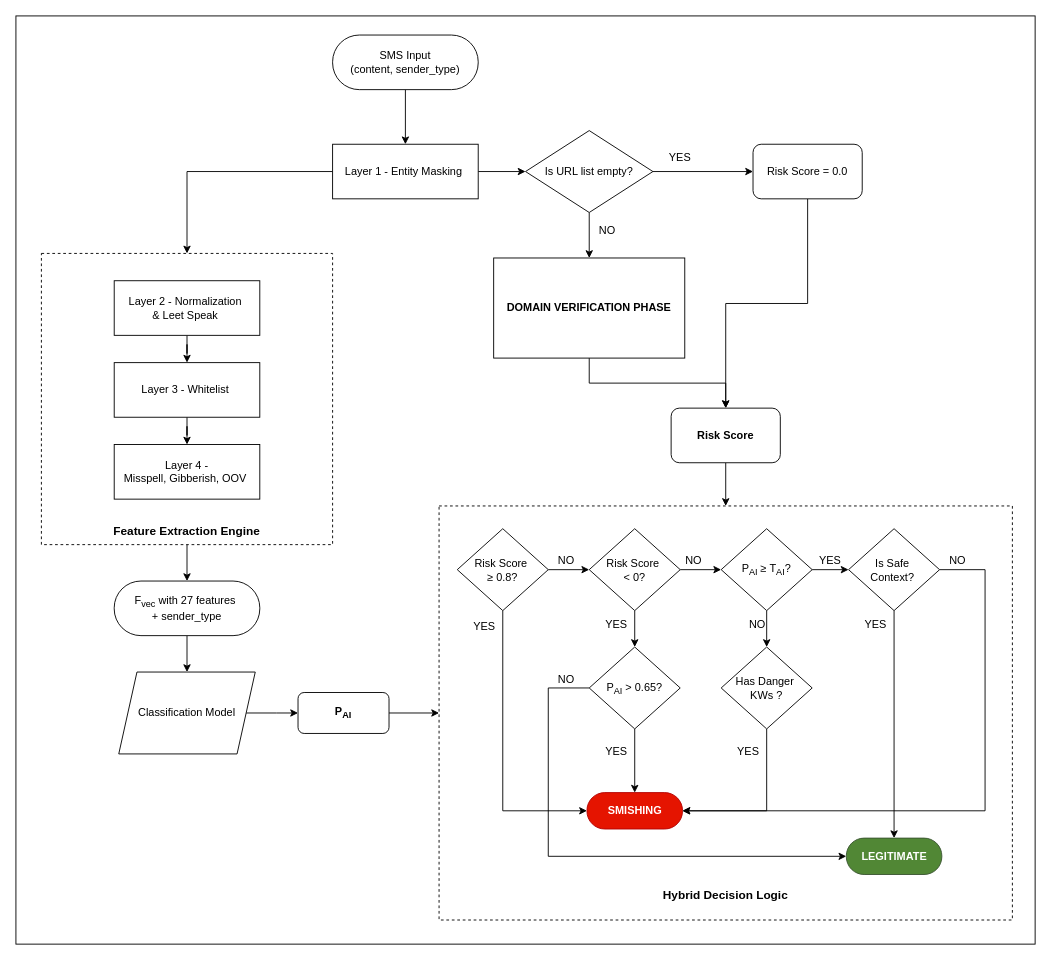
Before: page "Page-1" (1 of 2) of Smishing/documentation/MXH.drawio in duynguyenhoang22/IE403_DoAnCuoiKy, a draw.io diagram. Source tidied: cells renumbered, new cells numbered last; positions are measured from the earlier drawing's top-left corner, leaving out a move shared by most shapes. Both pictures are drawn from the tidied source at 91%, with x=0, y=0 at pixel (15, 15).
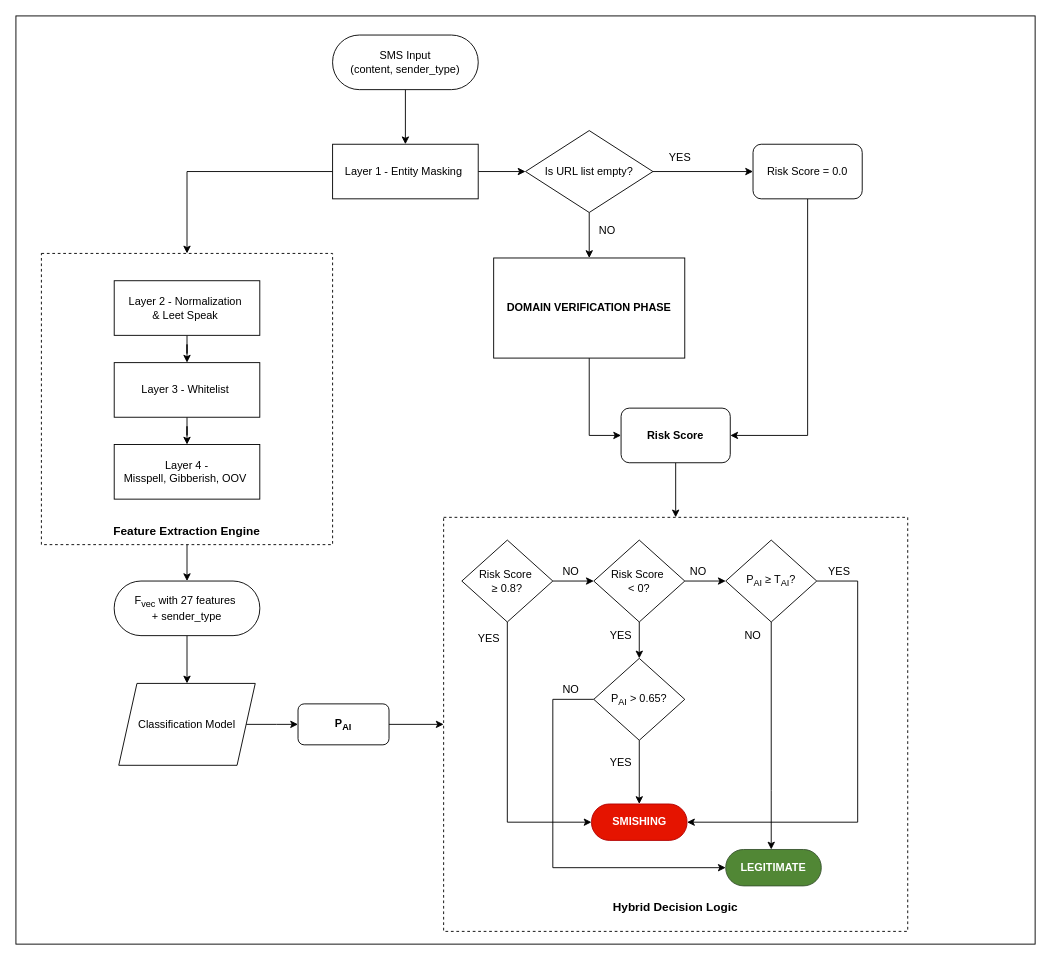
The same page after the edit.

Commit message (it also covers changes not shown here):
redraw pipeline

Unchanged cells that the change refers to:
```xml
<mxCell id="2" style="group;" parent="1" vertex="1">
  <mxGeometry y="1" width="1120" height="1020" as="geometry" />
</mxCell>
<mxCell id="27" value="&lt;b&gt;DOMAIN VERIFICATION PHASE&lt;/b&gt;" style="rounded=0;whiteSpace=wrap;html=1;" parent="2" vertex="1">
  <mxGeometry x="525" y="265" width="210" height="110" as="geometry" />
</mxCell>
<mxCell id="29" value="Risk Score = 0.0" style="rounded=1;whiteSpace=wrap;html=1;" parent="2" vertex="1">
  <mxGeometry x="810" y="140" width="120" height="60" as="geometry" />
</mxCell>
<mxCell id="48" value="P&lt;sub&gt;AI&lt;/sub&gt;&amp;nbsp;≥ T&lt;sub&gt;AI&lt;/sub&gt;?" style="rhombus;whiteSpace=wrap;html=1;" parent="34" vertex="1">
  <mxGeometry x="310" y="25" width="100" height="90" as="geometry" />
</mxCell>
<mxCell id="51" value="&lt;b&gt;SMISHING&lt;/b&gt;" style="rounded=1;whiteSpace=wrap;html=1;arcSize=49;fillColor=#e51400;fontColor=#ffffff;strokeColor=#B20000;" parent="34" vertex="1">
  <mxGeometry x="162.5" y="315" width="105" height="40" as="geometry" />
</mxCell>
```

Diff of the diagram source:
```diff
@@
     <mxCell id="19" style="edgeStyle=orthogonalEdgeStyle;rounded=0;jettySize=auto;html=1;entryX=0;entryY=0.5;entryDx=0;entryDy=0;" parent="2" edge="1" source="20">
       <mxGeometry relative="1" as="geometry">
-        <mxPoint x="310" y="765" as="targetPoint" />
+        <mxPoint x="310" y="777.5" as="targetPoint" />
       </mxGeometry>
     </mxCell>
     <mxCell id="20" value="Classification Model" style="shape=parallelogram;perimeter=parallelogramPerimeter;whiteSpace=wrap;html=1;fixedSize=1;" parent="2" vertex="1">
-      <mxGeometry x="113" y="720" width="150" height="90" as="geometry" />
+      <mxGeometry x="113" y="732.5" width="150" height="90" as="geometry" />
     </mxCell>
@@
     <mxCell id="26" style="edgeStyle=orthogonalEdgeStyle;rounded=0;jettySize=auto;html=1;" parent="2" edge="1" source="27" target="31">
-      <mxGeometry relative="1" as="geometry" />
+      <mxGeometry relative="1" as="geometry">
+        <Array as="points">
+          <mxPoint x="630" y="460" />
+        </Array>
+      </mxGeometry>
     </mxCell>
@@
-    <mxCell id="28" style="edgeStyle=orthogonalEdgeStyle;rounded=0;jettySize=auto;html=1;entryX=0.5;entryY=0;entryDx=0;entryDy=0;" parent="2" edge="1" source="29" target="31">
-      <mxGeometry relative="1" as="geometry" />
+    <mxCell id="28" style="edgeStyle=orthogonalEdgeStyle;rounded=0;jettySize=auto;html=1;entryX=1;entryY=0.5;entryDx=0;entryDy=0;" parent="2" edge="1" source="29" target="31">
+      <mxGeometry relative="1" as="geometry">
+        <Array as="points">
+          <mxPoint x="870" y="460" />
+        </Array>
+      </mxGeometry>
     </mxCell>
@@
     <mxCell id="31" value="&lt;b&gt;Risk Score&lt;/b&gt;" style="rounded=1;whiteSpace=wrap;html=1;" parent="2" vertex="1">
-      <mxGeometry x="720" y="430" width="120" height="60" as="geometry" />
+      <mxGeometry x="665" y="430" width="120" height="60" as="geometry" />
     </mxCell>
@@
     <mxCell id="33" value="&lt;b&gt;P&lt;sub&gt;AI&lt;/sub&gt;&lt;/b&gt;" style="rounded=1;whiteSpace=wrap;html=1;" parent="2" vertex="1">
-      <mxGeometry x="310" y="742.5" width="100" height="45" as="geometry" />
+      <mxGeometry x="310" y="755" width="100" height="45" as="geometry" />
     </mxCell>
     <mxCell id="34" style="group;" parent="2" vertex="1">
-      <mxGeometry x="465" y="537.5" width="630" height="455" as="geometry" />
+      <mxGeometry x="470" y="550" width="630" height="455" as="geometry" />
     </mxCell>
     <mxCell id="35" style="rounded=0;whiteSpace=wrap;html=1;dashed=1;" parent="34" vertex="1">
-      <mxGeometry width="630" height="455" as="geometry" />
+      <mxGeometry width="510" height="455" as="geometry" />
     </mxCell>
@@
-    <mxCell id="46" style="edgeStyle=orthogonalEdgeStyle;rounded=0;jettySize=auto;html=1;entryX=0;entryY=0.5;entryDx=0;entryDy=0;" parent="34" edge="1" source="48" target="56">
-      <mxGeometry relative="1" as="geometry" />
-    </mxCell>
-    <mxCell id="47" style="edgeStyle=orthogonalEdgeStyle;rounded=0;jettySize=auto;html=1;" parent="34" edge="1" source="48" target="58">
-      <mxGeometry relative="1" as="geometry" />
-    </mxCell>
+    <mxCell id="67" style="edgeStyle=orthogonalEdgeStyle;rounded=0;jettySize=auto;html=1;" parent="34" edge="1" source="48" target="51">
+      <mxGeometry relative="1" as="geometry">
+        <Array as="points">
+          <mxPoint x="455" y="70" />
+          <mxPoint x="455" y="335" />
+        </Array>
+      </mxGeometry>
+    </mxCell>
+    <mxCell id="68" style="edgeStyle=orthogonalEdgeStyle;rounded=0;jettySize=auto;html=1;" parent="34" edge="1" source="48" target="63">
+      <mxGeometry relative="1" as="geometry">
+        <Array as="points">
+          <mxPoint x="360" y="300" />
+          <mxPoint x="360" y="300" />
+        </Array>
+      </mxGeometry>
+    </mxCell>
@@
-    <mxCell id="54" style="edgeStyle=orthogonalEdgeStyle;rounded=0;jettySize=auto;html=1;entryX=1;entryY=0.5;entryDx=0;entryDy=0;" parent="34" edge="1" source="56" target="51">
-      <mxGeometry relative="1" as="geometry">
-        <Array as="points">
-          <mxPoint x="600" y="70" />
-          <mxPoint x="600" y="335" />
-        </Array>
-      </mxGeometry>
-    </mxCell>
-    <mxCell id="55" style="edgeStyle=orthogonalEdgeStyle;rounded=0;jettySize=auto;html=1;" parent="34" edge="1" source="56" target="63">
-      <mxGeometry relative="1" as="geometry" />
-    </mxCell>
-    <mxCell id="56" value="Is&amp;nbsp;&lt;span style=&quot;background-color: transparent; color: light-dark(rgb(0, 0, 0), rgb(255, 255, 255));&quot;&gt;Safe&amp;nbsp;&lt;/span&gt;&lt;div&gt;&lt;span style=&quot;background-color: transparent; color: light-dark(rgb(0, 0, 0), rgb(255, 255, 255));&quot;&gt;Context?&amp;nbsp;&lt;/span&gt;&lt;/div&gt;" style="rhombus;whiteSpace=wrap;html=1;" parent="34" vertex="1">
-      <mxGeometry x="450" y="25" width="100" height="90" as="geometry" />
-    </mxCell>
-    <mxCell id="57" style="edgeStyle=orthogonalEdgeStyle;rounded=0;jettySize=auto;html=1;" parent="34" edge="1" source="58" target="51">
-      <mxGeometry relative="1" as="geometry">
-        <Array as="points">
-          <mxPoint x="360" y="335" />
-        </Array>
-      </mxGeometry>
-    </mxCell>
-    <mxCell id="58" value="Has&amp;nbsp;&lt;span style=&quot;background-color: transparent; color: light-dark(rgb(0, 0, 0), rgb(255, 255, 255));&quot;&gt;Danger&amp;nbsp;&lt;/span&gt;&lt;div&gt;&lt;span style=&quot;background-color: transparent; color: light-dark(rgb(0, 0, 0), rgb(255, 255, 255));&quot;&gt;KWs ?&lt;/span&gt;&lt;/div&gt;" style="rhombus;whiteSpace=wrap;html=1;" parent="34" vertex="1">
-      <mxGeometry x="310" y="155" width="100" height="90" as="geometry" />
-    </mxCell>
     <mxCell id="59" value="NO" style="text;html=1;whiteSpace=wrap;strokeColor=none;fillColor=none;align=center;verticalAlign=middle;rounded=0;" parent="34" vertex="1">
-      <mxGeometry x="320" y="115" width="60" height="30" as="geometry" />
+      <mxGeometry x="310" y="115" width="60" height="30" as="geometry" />
     </mxCell>
     <mxCell id="60" value="YES" style="text;html=1;whiteSpace=wrap;strokeColor=none;fillColor=none;align=center;verticalAlign=middle;rounded=0;" parent="34" vertex="1">
-      <mxGeometry x="400" y="45" width="60" height="30" as="geometry" />
+      <mxGeometry x="405" y="45" width="60" height="30" as="geometry" />
     </mxCell>
-    <mxCell id="61" value="YES" style="text;html=1;whiteSpace=wrap;strokeColor=none;fillColor=none;align=center;verticalAlign=middle;rounded=0;" parent="34" vertex="1">
-      <mxGeometry x="310" y="255" width="60" height="30" as="geometry" />
-    </mxCell>
-    <mxCell id="62" value="NO" style="text;html=1;whiteSpace=wrap;strokeColor=none;fillColor=none;align=center;verticalAlign=middle;rounded=0;" parent="34" vertex="1">
-      <mxGeometry x="540" y="45" width="60" height="30" as="geometry" />
-    </mxCell>
     <mxCell id="63" value="&lt;b&gt;LEGITIMATE&lt;/b&gt;" style="rounded=1;whiteSpace=wrap;html=1;arcSize=49;fillColor=#518735;fontColor=#ffffff;strokeColor=#3A5431;" parent="34" vertex="1">
-      <mxGeometry x="447.5" y="365" width="105" height="40" as="geometry" />
+      <mxGeometry x="310" y="365" width="105" height="40" as="geometry" />
     </mxCell>
@@
-    <mxCell id="65" value="YES" style="text;html=1;whiteSpace=wrap;strokeColor=none;fillColor=none;align=center;verticalAlign=middle;rounded=0;" parent="34" vertex="1">
-      <mxGeometry x="450" y="115" width="60" height="30" as="geometry" />
-    </mxCell>
     <mxCell id="66" value="&lt;font style=&quot;font-size: 13px;&quot;&gt;&lt;b&gt;Hybrid Decision Logic&lt;/b&gt;&lt;/font&gt;" style="text;html=1;whiteSpace=wrap;strokeColor=none;fillColor=none;align=center;verticalAlign=middle;rounded=0;" parent="34" vertex="1">
-      <mxGeometry x="241" y="412.5" width="148" height="30" as="geometry" />
+      <mxGeometry x="181" y="412.5" width="148" height="30" as="geometry" />
     </mxCell>
```
